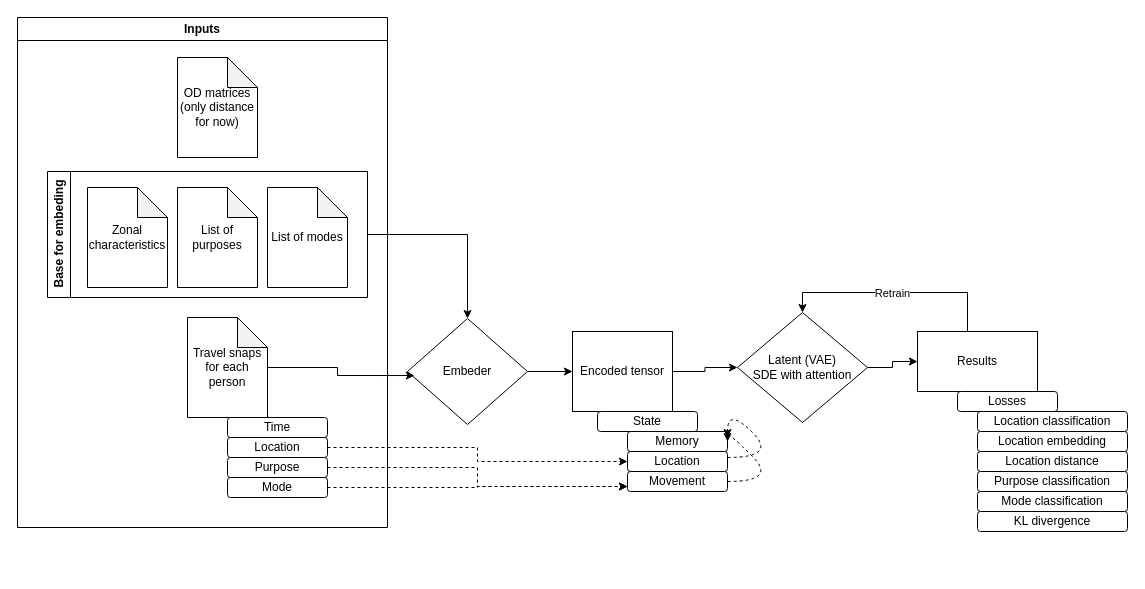
The draw.io diagram src/ananke_abm/models/latent_ode/latent_sde_attention.drawio in bobkatla/ananke_abm, before the edit. Source tidied: cells renumbered, new cells numbered last; positions are measured from the earlier drawing's top-left corner, leaving out a move shared by most shapes. Both pictures are drawn from the tidied source at 100%, with x=0, y=0 at pixel (17, 17).
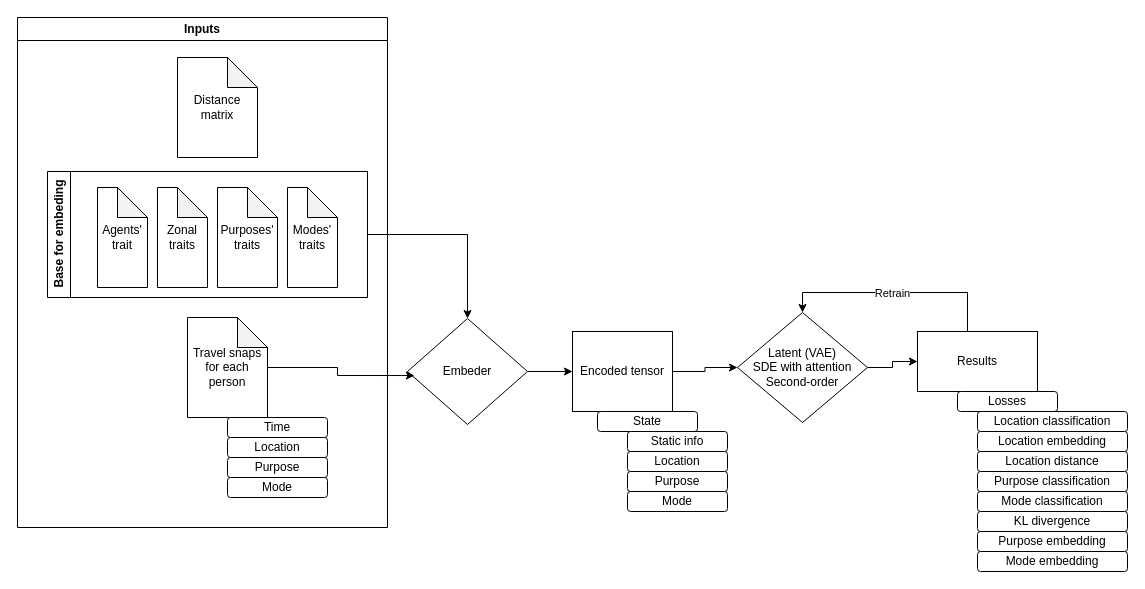
The same diagram, later.

Unchanged cells that the change refers to:
```xml
<mxCell id="6" value="Location" style="rounded=1;whiteSpace=wrap;html=1;" parent="1" vertex="1">
  <mxGeometry x="210" y="420" width="100" height="20" as="geometry" />
</mxCell>
<mxCell id="9" value="Purpose" style="rounded=1;whiteSpace=wrap;html=1;" parent="1" vertex="1">
  <mxGeometry x="210" y="440" width="100" height="20" as="geometry" />
</mxCell>
<mxCell id="11" value="Mode" style="rounded=1;whiteSpace=wrap;html=1;" parent="1" vertex="1">
  <mxGeometry x="210" y="460" width="100" height="20" as="geometry" />
</mxCell>
<mxCell id="25" value="Location" style="rounded=1;whiteSpace=wrap;html=1;" parent="1" vertex="1">
  <mxGeometry x="610" y="434" width="100" height="20" as="geometry" />
</mxCell>
<mxCell id="39" value="Inputs" style="swimlane;whiteSpace=wrap;html=1;" parent="1" vertex="1">
  <mxGeometry width="370" height="510" as="geometry" />
</mxCell>
```

What changed in the source:
```diff
@@
-    <mxCell id="2" value="OD matrices (only distance for now)" style="shape=note;whiteSpace=wrap;html=1;backgroundOutline=1;darkOpacity=0.05;" parent="1" vertex="1">
+    <mxCell id="2" value="Distance matrix" style="shape=note;whiteSpace=wrap;html=1;backgroundOutline=1;darkOpacity=0.05;" parent="1" vertex="1">
       <mxGeometry x="160" y="40" width="80" height="100" as="geometry" />
     </mxCell>
@@
-    <mxCell id="4" value="Zonal characteristics" style="shape=note;whiteSpace=wrap;html=1;backgroundOutline=1;darkOpacity=0.05;" parent="1" vertex="1">
-      <mxGeometry x="70" y="170" width="80" height="100" as="geometry" />
-    </mxCell>
-    <mxCell id="5" style="edgeStyle=orthogonalEdgeStyle;rounded=0;jettySize=auto;html=1;entryX=0;entryY=0.5;entryDx=0;entryDy=0;dashed=1;" parent="1" edge="1" source="6" target="25">
-      <mxGeometry relative="1" as="geometry" />
-    </mxCell>
@@
-    <mxCell id="8" style="edgeStyle=orthogonalEdgeStyle;rounded=0;jettySize=auto;html=1;entryX=0;entryY=0.75;entryDx=0;entryDy=0;dashed=1;" parent="1" edge="1" source="9" target="26">
-      <mxGeometry relative="1" as="geometry" />
-    </mxCell>
@@
-    <mxCell id="10" style="edgeStyle=orthogonalEdgeStyle;rounded=0;jettySize=auto;html=1;entryX=0;entryY=0.75;entryDx=0;entryDy=0;dashed=1;" parent="1" edge="1" source="11" target="26">
-      <mxGeometry relative="1" as="geometry" />
-    </mxCell>
@@
-    <mxCell id="12" value="List of purposes" style="shape=note;whiteSpace=wrap;html=1;backgroundOutline=1;darkOpacity=0.05;" parent="1" vertex="1">
-      <mxGeometry x="160" y="170" width="80" height="100" as="geometry" />
-    </mxCell>
-    <mxCell id="13" value="List of modes" style="shape=note;whiteSpace=wrap;html=1;backgroundOutline=1;darkOpacity=0.05;" parent="1" vertex="1">
-      <mxGeometry x="250" y="170" width="80" height="100" as="geometry" />
-    </mxCell>
@@
-    <mxCell id="22" value="Latent (VAE) &lt;br&gt;SDE with attention" style="rhombus;whiteSpace=wrap;html=1;" parent="1" vertex="1">
+    <mxCell id="22" value="Latent (VAE) &lt;br&gt;SDE with attention&lt;br&gt;Second-order" style="rhombus;whiteSpace=wrap;html=1;" parent="1" vertex="1">
       <mxGeometry x="720" y="295" width="130" height="110" as="geometry" />
     </mxCell>
@@
-    <mxCell id="24" value="Memory" style="rounded=1;whiteSpace=wrap;html=1;" parent="1" vertex="1">
+    <mxCell id="24" value="Static info" style="rounded=1;whiteSpace=wrap;html=1;" parent="1" vertex="1">
       <mxGeometry x="610" y="414" width="100" height="20" as="geometry" />
     </mxCell>
@@
-    <mxCell id="26" value="Movement" style="rounded=1;whiteSpace=wrap;html=1;" parent="1" vertex="1">
-      <mxGeometry x="610" y="454" width="100" height="20" as="geometry" />
-    </mxCell>
-    <mxCell id="27" style="curved=1;endArrow=classic;html=1;rounded=0;entryX=1;entryY=0.5;entryDx=0;entryDy=0;dashed=1;" parent="1" edge="1" target="24">
-      <mxGeometry relative="1" as="geometry">
-        <mxPoint x="710" y="464" as="sourcePoint" />
-        <Array as="points">
-          <mxPoint x="760" y="464" />
-          <mxPoint x="710" y="414" />
-        </Array>
-      </mxGeometry>
-    </mxCell>
-    <mxCell id="28" style="curved=1;endArrow=classic;html=1;rounded=0;dashed=1;" parent="1" edge="1">
-      <mxGeometry relative="1" as="geometry">
-        <mxPoint x="710" y="440" as="sourcePoint" />
-        <mxPoint x="710" y="420" as="targetPoint" />
-        <Array as="points">
-          <mxPoint x="760" y="440" />
-          <mxPoint x="710" y="390" />
-        </Array>
-      </mxGeometry>
-    </mxCell>
@@
+    <mxCell id="13" value="Modes' traits" style="shape=note;whiteSpace=wrap;html=1;backgroundOutline=1;darkOpacity=0.05;" parent="39" vertex="1">
+      <mxGeometry x="270" y="170" width="50" height="100" as="geometry" />
+    </mxCell>
+    <mxCell id="12" value="Purposes' traits" style="shape=note;whiteSpace=wrap;html=1;backgroundOutline=1;darkOpacity=0.05;" parent="39" vertex="1">
+      <mxGeometry x="200" y="170" width="60" height="100" as="geometry" />
+    </mxCell>
+    <mxCell id="4" value="Zonal traits" style="shape=note;whiteSpace=wrap;html=1;backgroundOutline=1;darkOpacity=0.05;" parent="39" vertex="1">
+      <mxGeometry x="140" y="170" width="50" height="100" as="geometry" />
+    </mxCell>
+    <mxCell id="40" value="Agents' trait" style="shape=note;whiteSpace=wrap;html=1;backgroundOutline=1;darkOpacity=0.05;" parent="39" vertex="1">
+      <mxGeometry x="80" y="170" width="50" height="100" as="geometry" />
+    </mxCell>
+    <mxCell id="41" value="Purpose embedding" style="rounded=1;whiteSpace=wrap;html=1;" parent="1" vertex="1">
+      <mxGeometry x="960" y="514" width="150" height="20" as="geometry" />
+    </mxCell>
+    <mxCell id="42" value="Mode embedding" style="rounded=1;whiteSpace=wrap;html=1;" parent="1" vertex="1">
+      <mxGeometry x="960" y="534" width="150" height="20" as="geometry" />
+    </mxCell>
+    <mxCell id="43" value="Purpose" style="rounded=1;whiteSpace=wrap;html=1;" parent="1" vertex="1">
+      <mxGeometry x="610" y="454" width="100" height="20" as="geometry" />
+    </mxCell>
+    <mxCell id="44" value="Mode" style="rounded=1;whiteSpace=wrap;html=1;" parent="1" vertex="1">
+      <mxGeometry x="610" y="474" width="100" height="20" as="geometry" />
+    </mxCell>
```
